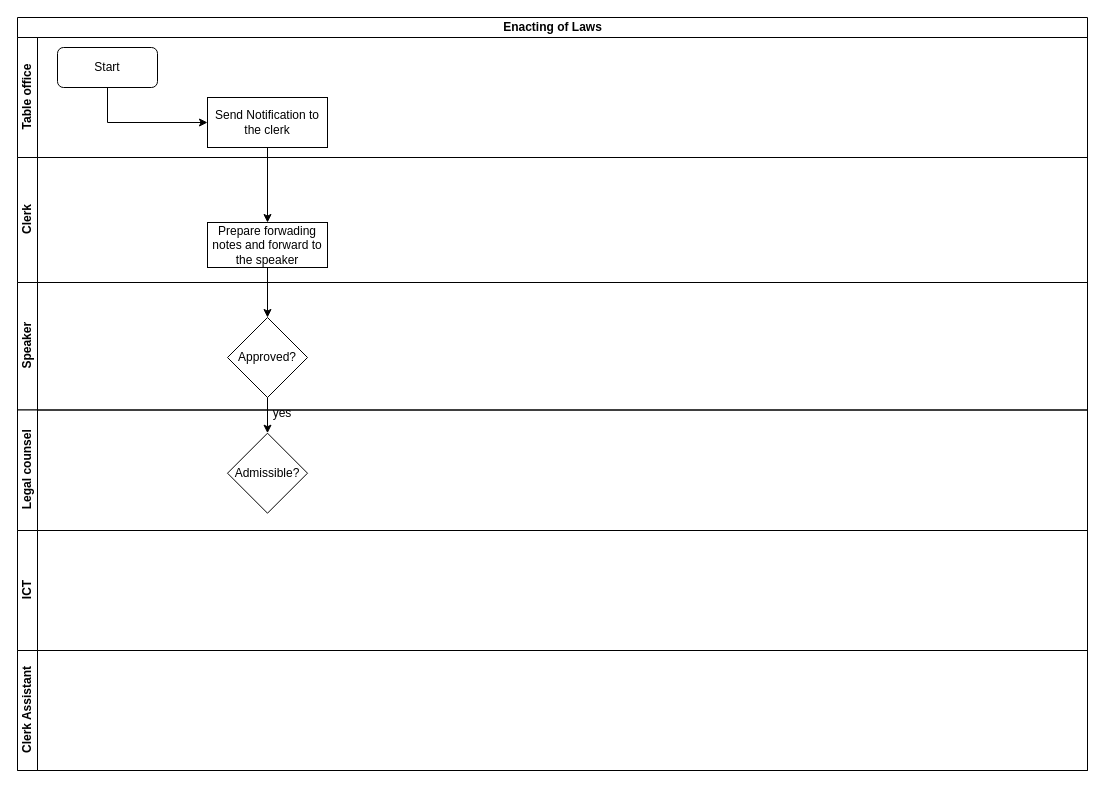
kmagua/flowcharts keeps this draw.io diagram as Enacting of Laws.drawio. Above is the earlier version. Source tidied: cells renumbered, new cells numbered last; positions are measured from the earlier drawing's top-left corner, leaving out a move shared by most shapes. Both pictures are drawn from the tidied source at 100%, with x=0, y=0 at pixel (17, 17).
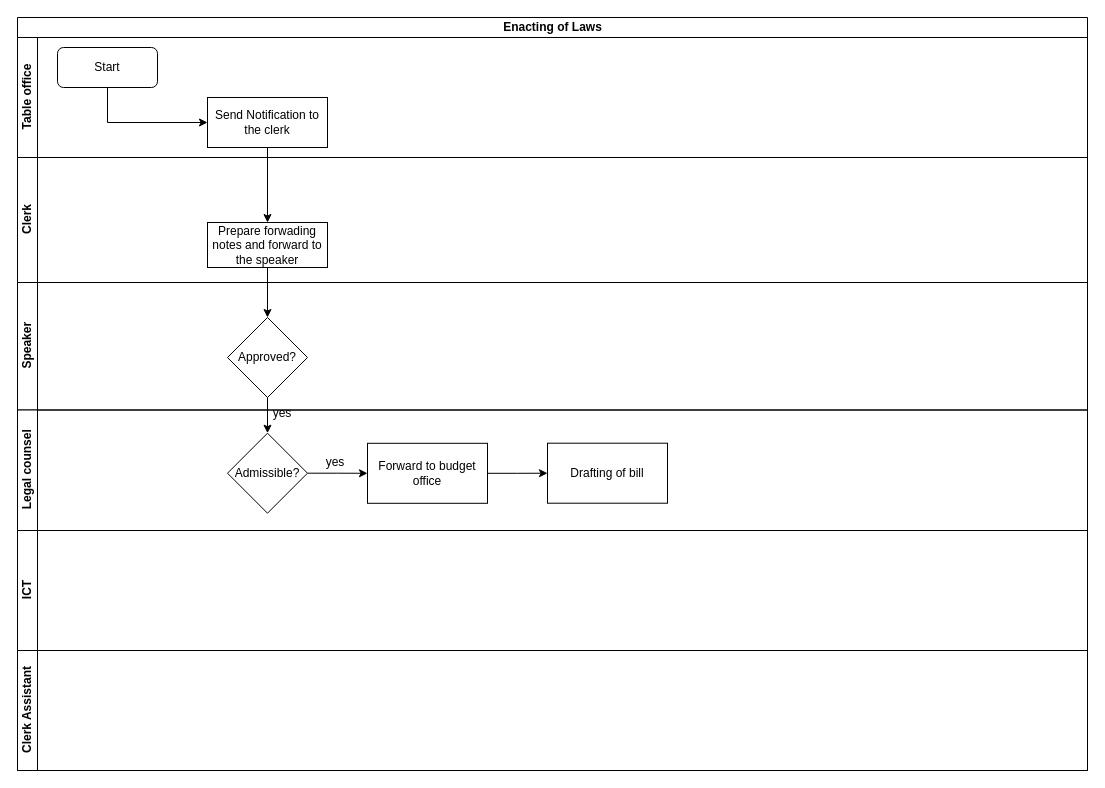
The same page after the edit.

The change refers to these unchanged cells:
```xml
<mxCell id="11" value="Legal counsel" style="swimlane;html=1;startSize=20;horizontal=0;" parent="2" vertex="1">
  <mxGeometry y="392.5" width="1070" height="120.5" as="geometry" />
</mxCell>
<mxCell id="13" value="Admissible?" style="rhombus;whiteSpace=wrap;html=1;rounded=0;" parent="11" vertex="1">
  <mxGeometry x="210" y="23.2" width="80" height="80" as="geometry" />
</mxCell>
```

What changed in the source:
```diff
@@
+    <mxCell id="19" value="Drafting of bill" style="whiteSpace=wrap;html=1;rounded=0;" parent="11" vertex="1">
+      <mxGeometry x="530" y="33.2" width="120" height="60" as="geometry" />
+    </mxCell>
@@
+    <mxCell id="20" value="yes" style="text;html=1;strokeColor=none;fillColor=none;align=center;verticalAlign=middle;whiteSpace=wrap;rounded=0;" parent="11" vertex="1">
+      <mxGeometry x="298" y="42.5" width="40" height="20" as="geometry" />
+    </mxCell>
@@
+    <mxCell id="21" style="edgeStyle=orthogonalEdgeStyle;rounded=0;jettySize=auto;html=1;" parent="1" edge="1" source="22" target="19">
+      <mxGeometry relative="1" as="geometry" />
+    </mxCell>
+    <mxCell id="22" value="Forward to budget office" style="whiteSpace=wrap;html=1;rounded=0;" parent="1" vertex="1">
+      <mxGeometry x="350" y="425.8" width="120" height="60" as="geometry" />
+    </mxCell>
+    <mxCell id="23" style="edgeStyle=orthogonalEdgeStyle;rounded=0;jettySize=auto;html=1;" parent="1" edge="1" source="13" target="22">
+      <mxGeometry relative="1" as="geometry" />
+    </mxCell>
```
